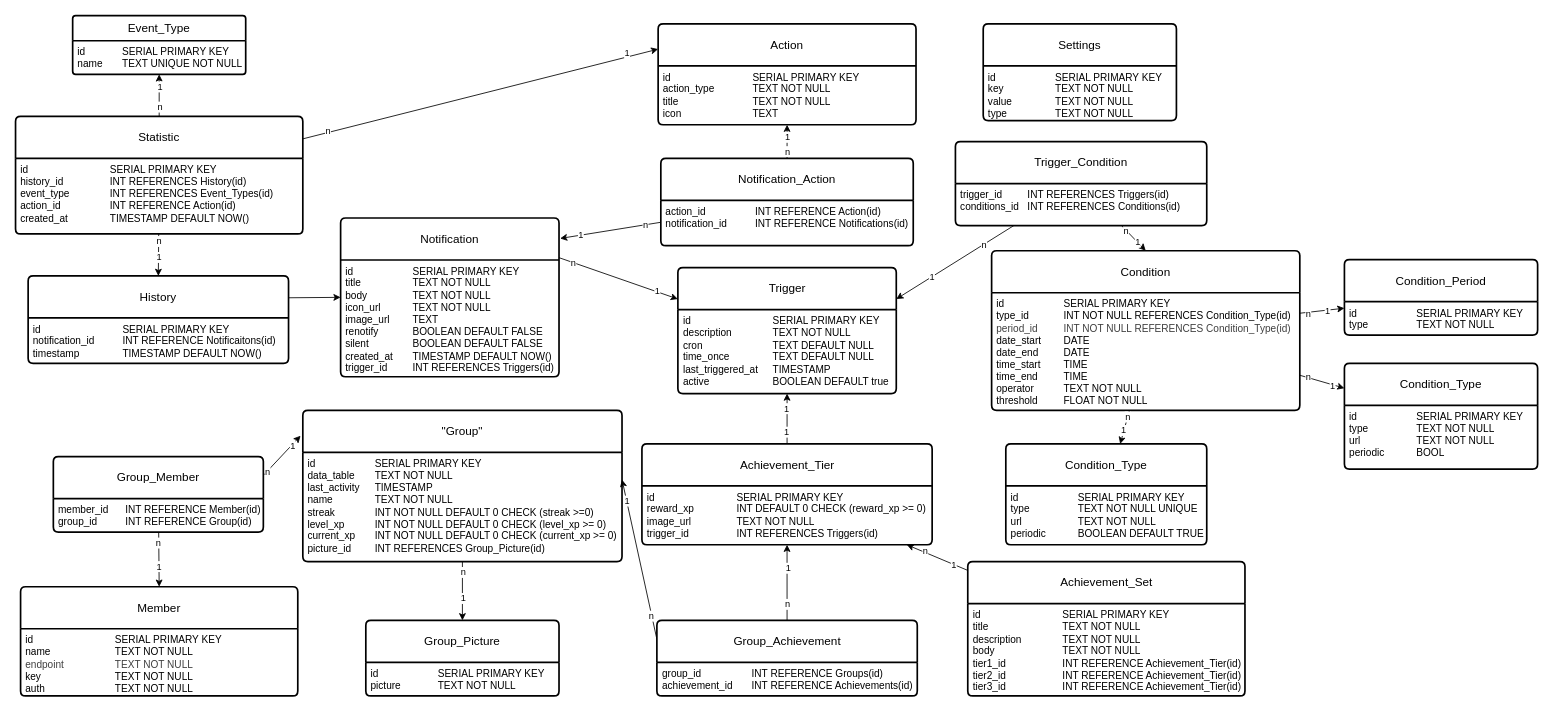
Earlier version of the draw.io diagram Database/docs/database_construction.drawio (olHannes/WebPush-Docs). Source tidied: cells renumbered, new cells numbered last; positions are measured from the earlier drawing's top-left corner, leaving out a move shared by most shapes. Both pictures are drawn from the tidied source at 84%, with x=0, y=0 at pixel (15, 15).
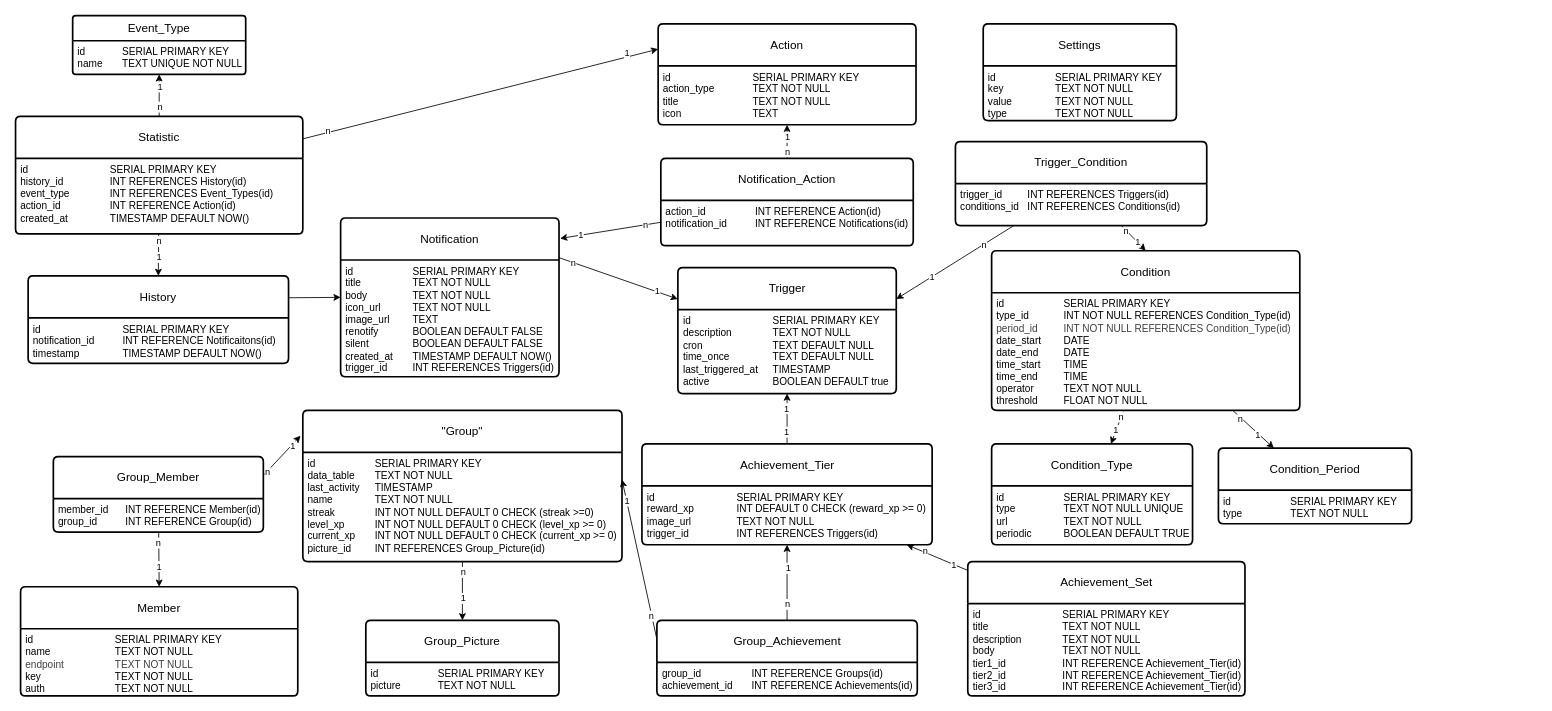
The same diagram, later.

Commit message:
removed doubled condition_type

Unchanged cells that the change refers to:
```xml
<mxCell id="63" value="Condition" style="swimlane;horizontal=1;startSize=50;rounded=1;fontSize=14;fontStyle=0;strokeWidth=2;shadow=0;dashed=0;align=center;arcSize=4;whiteSpace=wrap;html=1;" parent="1" vertex="1">
  <mxGeometry x="1162" y="280" width="366.9" height="190" as="geometry" />
</mxCell>
```

The edit, as a diff of the source:
```diff
@@
-    <mxCell id="60" style="edgeStyle=none;html=1;" parent="1" edge="1" source="63" target="93">
-      <mxGeometry relative="1" as="geometry" />
-    </mxCell>
-    <mxCell id="61" value="1" style="edgeLabel;html=1;align=center;verticalAlign=middle;" parent="60" vertex="1">
-      <mxGeometry x="0.44" y="-1" relative="1" as="geometry" />
-    </mxCell>
-    <mxCell id="62" value="n" style="edgeLabel;html=1;align=center;verticalAlign=middle;" parent="60" vertex="1">
-      <mxGeometry x="-0.67" y="1" relative="1" as="geometry">
-        <mxPoint x="1" as="offset" />
-      </mxGeometry>
-    </mxCell>
@@
     <mxCell id="78" value="Condition_Type" style="swimlane;horizontal=1;startSize=50;rounded=1;fontSize=14;fontStyle=0;strokeWidth=2;shadow=0;dashed=0;align=center;arcSize=4;whiteSpace=wrap;html=1;" parent="1" vertex="1">
-      <mxGeometry x="1178.9" y="510" width="239.2" height="120" as="geometry" />
+      <mxGeometry x="1162" y="510" width="239.2" height="120" as="geometry" />
     </mxCell>
@@
     <mxCell id="88" value="Condition_Period" style="swimlane;horizontal=1;startSize=50;rounded=1;fontSize=14;fontStyle=0;strokeWidth=2;shadow=0;dashed=0;align=center;arcSize=4;whiteSpace=wrap;html=1;" parent="1" vertex="1">
-      <mxGeometry x="1582" y="290.5" width="230" height="90" as="geometry" />
+      <mxGeometry x="1432" y="515" width="230" height="90" as="geometry" />
     </mxCell>
@@
-    <mxCell id="93" value="Condition_Type" style="swimlane;horizontal=1;startSize=50;rounded=1;fontSize=14;fontStyle=0;strokeWidth=2;shadow=0;dashed=0;align=center;arcSize=4;whiteSpace=wrap;html=1;" parent="1" vertex="1">
-      <mxGeometry x="1582" y="414" width="230" height="126" as="geometry" />
-    </mxCell>
-    <mxCell id="94" value="&lt;div&gt;&lt;div&gt;&lt;div&gt;id&lt;span style=&quot;white-space: pre;&quot;&gt;&#9;&lt;/span&gt;&lt;span style=&quot;white-space: pre;&quot;&gt;&#9;&lt;/span&gt;&lt;span style=&quot;white-space: pre;&quot;&gt;&#9;&lt;/span&gt;SERIAL PRIMARY KEY&lt;/div&gt;&lt;/div&gt;&lt;/div&gt;&lt;div&gt;&lt;span style=&quot;white-space: pre;&quot;&gt;type&lt;span style=&quot;white-space: pre;&quot;&gt;&#9;&lt;/span&gt;&lt;span style=&quot;white-space: pre;&quot;&gt;&#9;&lt;/span&gt;&lt;span style=&quot;white-space: pre;&quot;&gt;&#9;&lt;/span&gt;TEXT NOT NULL&lt;/span&gt;&lt;/div&gt;&lt;div&gt;&lt;span style=&quot;white-space: pre;&quot;&gt;url&lt;span style=&quot;white-space: pre;&quot;&gt;&#9;&lt;/span&gt;&lt;span style=&quot;white-space: pre;&quot;&gt;&#9;&lt;/span&gt;&lt;span style=&quot;white-space: pre;&quot;&gt;&#9;&lt;/span&gt;TEXT NOT NULL&lt;/span&gt;&lt;/div&gt;&lt;div&gt;&lt;span style=&quot;white-space: pre;&quot;&gt;periodic&lt;span style=&quot;white-space: pre;&quot;&gt;&#9;&lt;/span&gt;&lt;span style=&quot;white-space: pre;&quot;&gt;&#9;&lt;/span&gt;BOOL&lt;/span&gt;&lt;/div&gt;" style="align=left;strokeColor=none;fillColor=none;spacingLeft=4;fontSize=12;verticalAlign=top;html=1;" parent="93" vertex="1">
-      <mxGeometry y="50" width="230" height="76" as="geometry" />
-    </mxCell>
```
